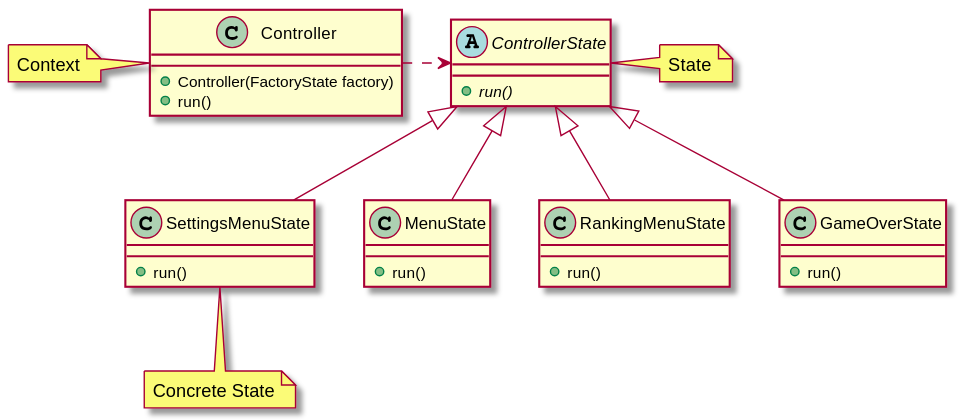
RuiSoares333/FEUP-LDTS-Project keeps this PlantUML diagram as docs/images/patterns/StatePattern.svg. Above is the earlier version. Its diagram source:
```plantuml
@startuml

class Controller{
+Controller(FactoryState factory)
+run()
}

abstract class ControllerState{
+{abstract}run()
}

class MenuState{
+run()
}
class RankingMenuState{
+run()
}
class SettingsMenuState{
+run()
}

class GameOverState{
+run()
}

ControllerState <|-- MenuState
ControllerState <|-- RankingMenuState
ControllerState <|-- SettingsMenuState
ControllerState <|-- GameOverState

note right of ControllerState: State

note "Concrete State" as N1
N1 -u- SettingsMenuState

note left of Controller : Context

Controller .r.> ControllerState

@enduml
```
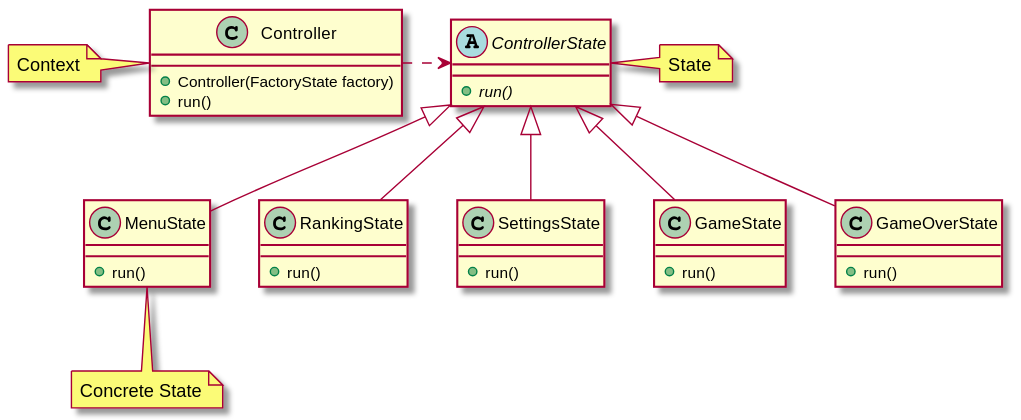
The same file after the commit.

Diff of the diagram source:
```diff
@@ -12,10 +12,14 @@
 class MenuState{
 +run()
 }
-class RankingMenuState{
+class RankingState{
 +run()
 }
-class SettingsMenuState{
+class SettingsState{
++run()
+}
+
+class GameState{
 +run()
 }
 
@@ -24,14 +28,15 @@
 }
 
 ControllerState <|-- MenuState
-ControllerState <|-- RankingMenuState
-ControllerState <|-- SettingsMenuState
+ControllerState <|-- RankingState
+ControllerState <|-- SettingsState
+ControllerState <|-- GameState
 ControllerState <|-- GameOverState
 
 note right of ControllerState: State
 
 note "Concrete State" as N1
-N1 -u- SettingsMenuState
+N1 -u- MenuState
 
 note left of Controller : Context
 
```
